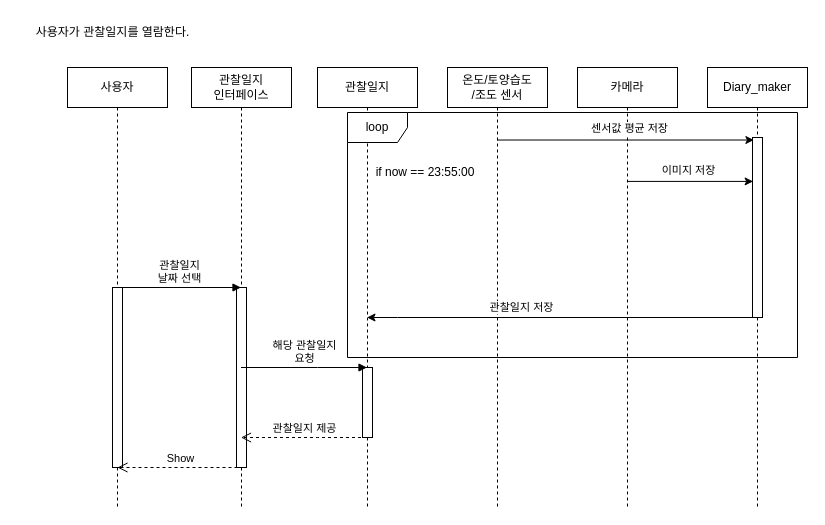
Earlier version of the draw.io diagram 5주차/시퀀스 다이어그램/diary_sqd.drawio (sonmyungwon/Software-Development). Source tidied: cells renumbered, new cells numbered last; positions are measured from the earlier drawing's top-left corner, leaving out a move shared by most shapes. Both pictures are drawn from the tidied source at 100%, with x=0, y=0 at pixel (17, 17).
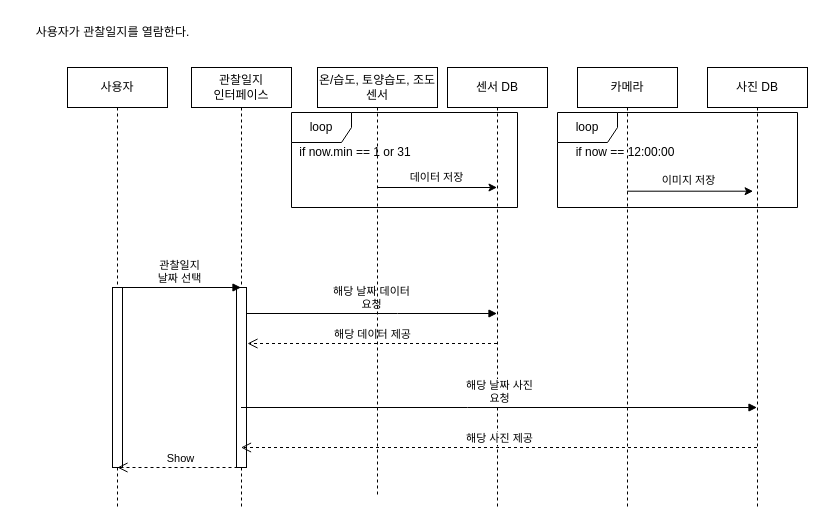
Above is the later version.

The change refers to these unchanged cells:
```xml
<mxCell id="6" value="관찰일지&lt;br&gt;인터페이스" style="shape=umlLifeline;perimeter=lifelinePerimeter;whiteSpace=wrap;html=1;outlineConnect=0;" parent="1" vertex="1">
  <mxGeometry x="174" y="50" width="100" height="440" as="geometry" />
</mxCell>
<mxCell id="11" value="카메라" style="shape=umlLifeline;perimeter=lifelinePerimeter;whiteSpace=wrap;html=1;outlineConnect=0;" parent="1" vertex="1">
  <mxGeometry x="560" y="50" width="100" height="440" as="geometry" />
</mxCell>
```

The edit, as a diff of the source:
```diff
@@
-    <mxCell id="4" value="관찰일지" style="shape=umlLifeline;perimeter=lifelinePerimeter;whiteSpace=wrap;html=1;outlineConnect=0;" parent="1" vertex="1">
-      <mxGeometry x="300" y="50" width="100" height="440" as="geometry" />
-    </mxCell>
-    <mxCell id="5" style="html=1;perimeter=orthogonalPerimeter;" parent="4" vertex="1">
-      <mxGeometry x="45" y="300" width="10" height="70" as="geometry" />
-    </mxCell>
@@
-    <mxCell id="9" value="관찰일지 제공" style="html=1;verticalAlign=bottom;endArrow=open;dashed=1;endSize=8;rounded=0;" parent="1" edge="1">
+    <mxCell id="9" value="해당 데이터 제공" style="html=1;verticalAlign=bottom;endArrow=open;dashed=1;endSize=8;rounded=0;" parent="1" edge="1">
       <mxGeometry relative="1" as="geometry">
-        <mxPoint x="349.5" y="420" as="sourcePoint" />
-        <mxPoint x="223.5" y="420" as="targetPoint" />
+        <mxPoint x="479.5" y="326" as="sourcePoint" />
+        <mxPoint x="230" y="326" as="targetPoint" />
         <Array as="points">
-          <mxPoint x="300" y="420" />
+          <mxPoint x="306.5" y="326" />
         </Array>
       </mxGeometry>
     </mxCell>
-    <mxCell id="10" value="온도/토양습도&lt;br&gt;/조도 센서" style="shape=umlLifeline;perimeter=lifelinePerimeter;whiteSpace=wrap;html=1;outlineConnect=0;" parent="1" vertex="1">
+    <mxCell id="10" value="센서 DB" style="shape=umlLifeline;perimeter=lifelinePerimeter;whiteSpace=wrap;html=1;outlineConnect=0;" parent="1" vertex="1">
       <mxGeometry x="430" y="50" width="100" height="440" as="geometry" />
     </mxCell>
@@
-    <mxCell id="12" value="Diary_maker" style="shape=umlLifeline;perimeter=lifelinePerimeter;whiteSpace=wrap;html=1;outlineConnect=0;" parent="1" vertex="1">
+    <mxCell id="12" value="사진 DB" style="shape=umlLifeline;perimeter=lifelinePerimeter;whiteSpace=wrap;html=1;outlineConnect=0;" parent="1" vertex="1">
       <mxGeometry x="690" y="50" width="100" height="440" as="geometry" />
     </mxCell>
     <mxCell id="13" value="loop" style="shape=umlFrame;whiteSpace=wrap;html=1;" parent="12" vertex="1">
-      <mxGeometry x="-360" y="45" width="450" height="245" as="geometry" />
+      <mxGeometry x="-150" y="45" width="240" height="95" as="geometry" />
     </mxCell>
-    <mxCell id="14" style="html=1;points=[];perimeter=orthogonalPerimeter;" parent="12" vertex="1">
-      <mxGeometry x="45" y="70" width="10" height="180" as="geometry" />
-    </mxCell>
-    <mxCell id="15" style="endArrow=classic;html=1;rounded=0;entryX=0.14;entryY=0.014;entryDx=0;entryDy=0;entryPerimeter=0;" parent="1" edge="1" source="10" target="14">
-      <mxGeometry relative="1" as="geometry" />
-    </mxCell>
-    <mxCell id="16" value="센서값 평균 저장" style="edgeLabel;html=1;align=center;verticalAlign=middle;" parent="15" vertex="1">
-      <mxGeometry x="0.09" y="-2" relative="1" as="geometry">
-        <mxPoint x="-8" y="-14" as="offset" />
-      </mxGeometry>
-    </mxCell>
+    <mxCell id="24" value="if now == 12:00:00" style="text;html=1;strokeColor=none;fillColor=none;align=center;verticalAlign=middle;whiteSpace=wrap;rounded=0;" parent="12" vertex="1">
+      <mxGeometry x="-140" y="70" width="116" height="30" as="geometry" />
+    </mxCell>
-    <mxCell id="17" style="endArrow=classic;html=1;rounded=0;entryX=0.06;entryY=0.244;entryDx=0;entryDy=0;entryPerimeter=0;" parent="1" edge="1" source="11" target="14">
-      <mxGeometry relative="1" as="geometry" />
+    <mxCell id="17" style="endArrow=classic;html=1;rounded=0;entryX=0.06;entryY=0.244;entryDx=0;entryDy=0;entryPerimeter=0;" parent="1" edge="1" source="11">
+      <mxGeometry relative="1" as="geometry">
+        <mxPoint x="735.6" y="173.7" as="targetPoint" />
+      </mxGeometry>
     </mxCell>
@@
-    <mxCell id="19" value="해당 관찰일지&lt;br&gt;요청" style="html=1;verticalAlign=bottom;endArrow=block;rounded=0;" parent="1" edge="1">
+    <mxCell id="19" value="해당 날짜 데이터&lt;br&gt;요청" style="html=1;verticalAlign=bottom;endArrow=block;rounded=0;" parent="1" edge="1">
       <mxGeometry relative="1" as="geometry">
-        <mxPoint x="223.5" y="350" as="sourcePoint" />
-        <mxPoint x="349.5" y="350" as="targetPoint" />
+        <mxPoint x="229" y="296" as="sourcePoint" />
+        <mxPoint x="479.5" y="296" as="targetPoint" />
         <Array as="points">
-          <mxPoint x="300" y="350" />
+          <mxPoint x="380" y="296" />
         </Array>
       </mxGeometry>
     </mxCell>
-    <mxCell id="20" style="endArrow=none;html=1;rounded=0;startArrow=classic;startFill=1;endFill=0;" parent="1" edge="1" source="4" target="12">
-      <mxGeometry relative="1" as="geometry">
-        <Array as="points">
-          <mxPoint x="380" y="300" />
-        </Array>
-      </mxGeometry>
-    </mxCell>
-    <mxCell id="21" value="관찰일지 저장" style="edgeLabel;html=1;align=center;verticalAlign=middle;" parent="20" vertex="1">
-      <mxGeometry x="-0.29" y="1" relative="1" as="geometry">
-        <mxPoint x="16" y="-10" as="offset" />
-      </mxGeometry>
-    </mxCell>
@@
-    <mxCell id="24" value="if now == 23:55:00" style="text;html=1;strokeColor=none;fillColor=none;align=center;verticalAlign=middle;whiteSpace=wrap;rounded=0;" parent="1" vertex="1">
-      <mxGeometry x="350" y="140" width="116" height="30" as="geometry" />
-    </mxCell>
+    <mxCell id="25" value="해당 날짜 사진&lt;br&gt;요청" style="html=1;verticalAlign=bottom;endArrow=block;rounded=0;" parent="1" edge="1" source="6" target="12">
+      <mxGeometry relative="1" as="geometry">
+        <Array as="points">
+          <mxPoint x="450" y="390" />
+        </Array>
+      </mxGeometry>
+    </mxCell>
+    <mxCell id="26" value="온/습도, 토양습도, 조도 센서" style="shape=umlLifeline;perimeter=lifelinePerimeter;whiteSpace=wrap;html=1;" parent="1" vertex="1">
+      <mxGeometry x="300" y="50" width="120" height="430" as="geometry" />
+    </mxCell>
+    <mxCell id="27" value="loop" style="shape=umlFrame;whiteSpace=wrap;html=1;" parent="26" vertex="1">
+      <mxGeometry x="-26" y="45" width="226" height="95" as="geometry" />
+    </mxCell>
+    <mxCell id="28" value="if now.min == 1 or 31" style="text;html=1;strokeColor=none;fillColor=none;align=center;verticalAlign=middle;whiteSpace=wrap;rounded=0;" parent="26" vertex="1">
+      <mxGeometry x="-20" y="70" width="116" height="30" as="geometry" />
+    </mxCell>
+    <mxCell id="29" style="endArrow=classic;html=1;rounded=0;" parent="26" edge="1" target="10">
+      <mxGeometry relative="1" as="geometry">
+        <mxPoint x="60" y="120" as="sourcePoint" />
+      </mxGeometry>
+    </mxCell>
+    <mxCell id="30" value="데이터 저장" style="edgeLabel;html=1;align=center;verticalAlign=middle;" parent="29" vertex="1">
+      <mxGeometry x="-0.29" y="1" relative="1" as="geometry">
+        <mxPoint x="16" y="-10" as="offset" />
+      </mxGeometry>
+    </mxCell>
+    <mxCell id="31" value="해당 사진 제공" style="html=1;verticalAlign=bottom;endArrow=open;dashed=1;endSize=8;rounded=0;" parent="1" edge="1" source="12" target="6">
+      <mxGeometry relative="1" as="geometry">
+        <Array as="points">
+          <mxPoint x="400" y="430" />
+        </Array>
+      </mxGeometry>
+    </mxCell>
```
